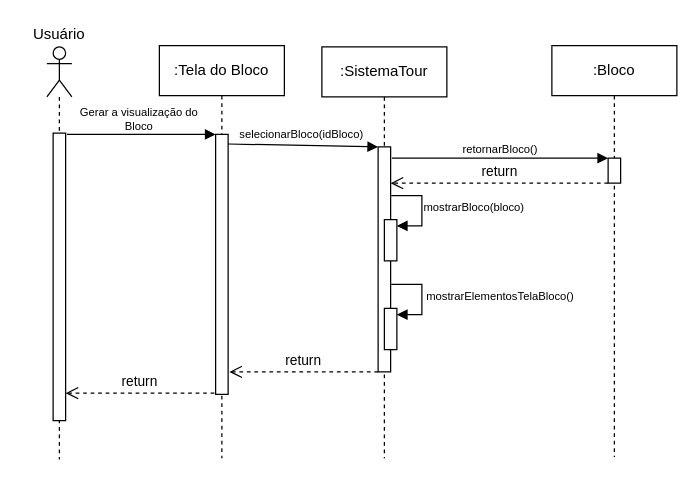
The draw.io diagram DiagramaDeSequencia-VerBloco.drawio in Gigagiga1234/Tour-Virtual, before the edit. Source tidied: cells renumbered, new cells numbered last; positions are measured from the earlier drawing's top-left corner, leaving out a move shared by most shapes. Both pictures are drawn from the tidied source at 125%, with x=0, y=0 at pixel (21, 21).
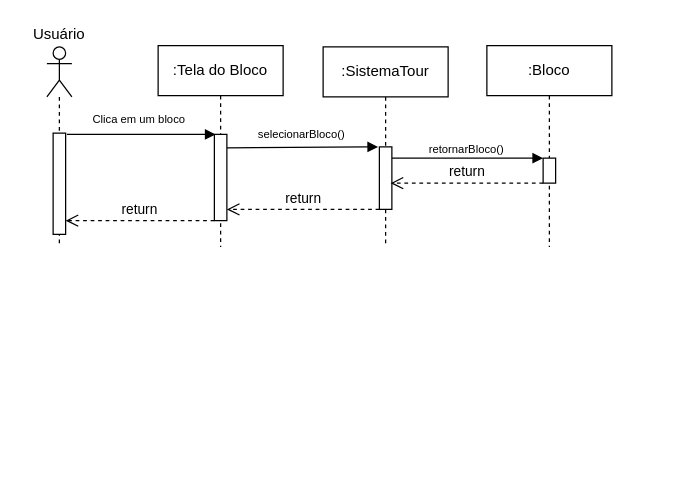
After the change.

What changed in the source:
```diff
@@
     <mxCell id="2" value=":Tela do Bloco" style="shape=umlLifeline;perimeter=lifelinePerimeter;whiteSpace=wrap;html=1;newEdgeStyle={&quot;curved&quot;:0,&quot;rounded&quot;:0};" parent="1" vertex="1">
-      <mxGeometry x="110" y="19" width="100" height="330" as="geometry" />
+      <mxGeometry x="109" y="19" width="100" height="161" as="geometry" />
     </mxCell>
     <mxCell id="3" style="html=1;points=[[0,0,0,0,5],[0,1,0,0,-5],[1,0,0,0,5],[1,1,0,0,-5]];perimeter=orthogonalPerimeter;outlineConnect=0;targetShapes=umlLifeline;portConstraint=eastwest;newEdgeStyle={&quot;curved&quot;:0,&quot;rounded&quot;:0};" parent="2" vertex="1">
-      <mxGeometry x="45" y="71" width="10" height="208" as="geometry" />
+      <mxGeometry x="45" y="71" width="10" height="69" as="geometry" />
     </mxCell>
-    <mxCell id="4" style="endArrow=block;html=1;rounded=0;endFill=1;exitX=0.996;exitY=0.037;exitDx=0;exitDy=0;exitPerimeter=0;" parent="1" edge="1" source="3">
+    <mxCell id="4" style="endArrow=block;html=1;rounded=0;endFill=1;exitX=0;exitY=1.094;exitDx=0;exitDy=0;exitPerimeter=0;" parent="1" edge="1" source="14">
       <mxGeometry relative="1" as="geometry">
         <mxPoint x="285" y="100" as="targetPoint" />
       </mxGeometry>
     </mxCell>
     <mxCell id="5" style="shape=umlLifeline;perimeter=lifelinePerimeter;whiteSpace=wrap;html=1;newEdgeStyle={&quot;curved&quot;:0,&quot;rounded&quot;:0};participant=umlActor;" parent="1" vertex="1">
-      <mxGeometry x="20" y="20" width="20" height="330" as="geometry" />
+      <mxGeometry x="20" y="20" width="20" height="160" as="geometry" />
     </mxCell>
     <mxCell id="6" style="html=1;perimeter=orthogonalPerimeter;targetShapes=umlLifeline;newEdgeStyle={&quot;curved&quot;:0,&quot;rounded&quot;:0};verticalAlign=top;" parent="5" vertex="1">
-      <mxGeometry x="5" y="69" width="10" height="230" as="geometry" />
+      <mxGeometry x="5" y="69" width="10" height="81" as="geometry" />
     </mxCell>
@@
     <mxCell id="9" value=":SistemaTour" style="shape=umlLifeline;perimeter=lifelinePerimeter;whiteSpace=wrap;html=1;newEdgeStyle={&quot;curved&quot;:0,&quot;rounded&quot;:0};labelPosition=center;verticalLabelPosition=middle;align=center;verticalAlign=middle;" parent="1" vertex="1">
-      <mxGeometry x="240" y="20" width="100" height="329" as="geometry" />
+      <mxGeometry x="241" y="20" width="100" height="160" as="geometry" />
     </mxCell>
     <mxCell id="10" style="html=1;points=[[0,0,0,0,5],[0,1,0,0,-5],[1,0,0,0,5],[1,1,0,0,-5]];perimeter=orthogonalPerimeter;outlineConnect=0;targetShapes=umlLifeline;portConstraint=eastwest;newEdgeStyle={&quot;curved&quot;:0,&quot;rounded&quot;:0};" parent="9" vertex="1">
-      <mxGeometry x="45" y="80" width="10" height="180" as="geometry" />
+      <mxGeometry x="45" y="80" width="10" height="50" as="geometry" />
     </mxCell>
-    <mxCell id="11" style="html=1;perimeter=orthogonalPerimeter;targetShapes=umlLifeline;newEdgeStyle={&quot;curved&quot;:0,&quot;rounded&quot;:0};" parent="9" vertex="1">
-      <mxGeometry x="50" y="209.2" width="10" height="33" as="geometry" />
-    </mxCell>
-    <mxCell id="12" style="html=1;align=left;spacingLeft=2;endArrow=block;rounded=0;edgeStyle=elbowEdgeStyle;rounded=0;exitX=1.089;exitY=0.74;exitDx=0;exitDy=0;exitPerimeter=0;entryX=1;entryY=0;entryDx=0;entryDy=5;entryPerimeter=0;" parent="9" edge="1">
-      <mxGeometry x="-0.17" y="30" relative="1" as="geometry">
-        <mxPoint x="55.5" y="190" as="sourcePoint" />
-        <mxPoint x="60" y="214.2" as="targetPoint" />
-        <Array as="points">
-          <mxPoint x="80" y="202.2" />
-        </Array>
-      </mxGeometry>
-    </mxCell>
-    <mxCell id="13" value="Gerar a visualização do Bloco" style="text;html=1;whiteSpace=wrap;strokeColor=none;fillColor=none;align=center;verticalAlign=middle;rounded=0;fontSize=9;" parent="1" vertex="1">
+    <mxCell id="13" value="Clica em um bloco" style="text;html=1;whiteSpace=wrap;strokeColor=none;fillColor=none;align=center;verticalAlign=middle;rounded=0;fontSize=9;" parent="1" vertex="1">
       <mxGeometry x="34" y="68" width="120" height="19" as="geometry" />
     </mxCell>
-    <mxCell id="14" value="selecionarBloco(idBloco)" style="text;html=1;whiteSpace=wrap;strokeColor=none;fillColor=none;align=center;verticalAlign=middle;rounded=0;fontSize=9;" parent="1" vertex="1">
+    <mxCell id="14" value="selecionarBloco()" style="text;html=1;whiteSpace=wrap;strokeColor=none;fillColor=none;align=center;verticalAlign=middle;rounded=0;fontSize=9;" parent="1" vertex="1">
       <mxGeometry x="164" y="80" width="120" height="19" as="geometry" />
     </mxCell>
     <mxCell id="15" value=":Bloco" style="shape=umlLifeline;perimeter=lifelinePerimeter;whiteSpace=wrap;html=1;newEdgeStyle={&quot;curved&quot;:0,&quot;rounded&quot;:0};" parent="1" vertex="1">
-      <mxGeometry x="424" y="19" width="100" height="329" as="geometry" />
+      <mxGeometry x="372" y="19" width="100" height="161" as="geometry" />
     </mxCell>
@@
     <mxCell id="18" value="retornarBloco()" style="text;html=1;whiteSpace=wrap;strokeColor=none;fillColor=none;align=center;verticalAlign=middle;rounded=0;fontSize=9;" parent="1" vertex="1">
-      <mxGeometry x="323" y="92" width="120" height="19" as="geometry" />
+      <mxGeometry x="296" y="92" width="120" height="19" as="geometry" />
     </mxCell>
@@
-    <mxCell id="20" style="html=1;perimeter=orthogonalPerimeter;targetShapes=umlLifeline;newEdgeStyle={&quot;curved&quot;:0,&quot;rounded&quot;:0};" parent="1" vertex="1">
-      <mxGeometry x="290" y="158.2" width="10" height="33" as="geometry" />
-    </mxCell>
-    <mxCell id="21" style="html=1;align=left;spacingLeft=2;endArrow=block;rounded=0;edgeStyle=elbowEdgeStyle;rounded=0;exitX=1.089;exitY=0.74;exitDx=0;exitDy=0;exitPerimeter=0;entryX=1;entryY=0;entryDx=0;entryDy=5;entryPerimeter=0;" parent="1" edge="1">
-      <mxGeometry x="-0.17" y="30" relative="1" as="geometry">
-        <mxPoint x="295.5" y="139" as="sourcePoint" />
-        <mxPoint x="300" y="163.2" as="targetPoint" />
-        <Array as="points">
-          <mxPoint x="320" y="151.2" />
-        </Array>
-      </mxGeometry>
-    </mxCell>
-    <mxCell id="22" value="mostrarBloco(bloco)" style="text;html=1;whiteSpace=wrap;strokeColor=none;fillColor=none;align=center;verticalAlign=middle;rounded=0;fontSize=9;" parent="1" vertex="1">
-      <mxGeometry x="302" y="139.2" width="120" height="19" as="geometry" />
-    </mxCell>
-    <mxCell id="23" value="mostrarElementos&lt;span style=&quot;background-color: transparent; color: light-dark(rgb(0, 0, 0), rgb(255, 255, 255));&quot;&gt;TelaBloco()&lt;/span&gt;" style="text;html=1;whiteSpace=wrap;strokeColor=none;fillColor=none;align=center;verticalAlign=middle;rounded=0;fontSize=9;" parent="1" vertex="1">
-      <mxGeometry x="323" y="210" width="120" height="19" as="geometry" />
-    </mxCell>
-    <mxCell id="24" value="return" style="html=1;verticalAlign=bottom;endArrow=open;dashed=1;endSize=8;curved=0;rounded=0;" parent="1" edge="1" source="10">
+    <mxCell id="24" value="return" style="html=1;verticalAlign=bottom;endArrow=open;dashed=1;endSize=8;curved=0;rounded=0;entryX=1;entryY=1;entryDx=0;entryDy=-5;entryPerimeter=0;" parent="1" edge="1">
       <mxGeometry relative="1" as="geometry">
-        <mxPoint x="166" y="280" as="targetPoint" />
+        <mxPoint x="286" y="150" as="sourcePoint" />
+        <mxPoint x="164" y="150" as="targetPoint" />
       </mxGeometry>
     </mxCell>
     <mxCell id="25" value="return" style="html=1;verticalAlign=bottom;endArrow=open;dashed=1;endSize=8;curved=0;rounded=0;" parent="1" edge="1">
       <mxGeometry relative="1" as="geometry">
-        <mxPoint x="154" y="297" as="sourcePoint" />
-        <mxPoint x="35" y="297" as="targetPoint" />
+        <mxPoint x="154" y="159" as="sourcePoint" />
+        <mxPoint x="35" y="159" as="targetPoint" />
       </mxGeometry>
     </mxCell>
```
